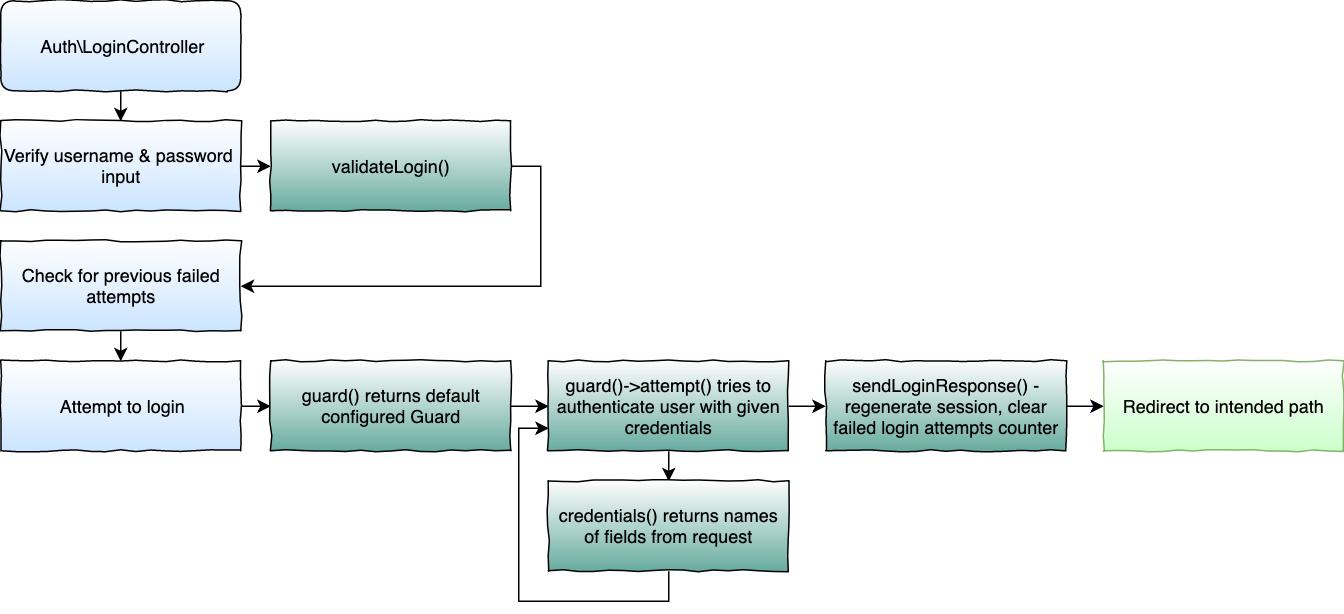
Earlier version of the draw.io export login-flow.png (piotr-jura-udemy/laravel-cheat-sheet). Source tidied: cells renumbered, new cells last; positions are measured from the earlier drawing's top-left corner, leaving out a move shared by most shapes.
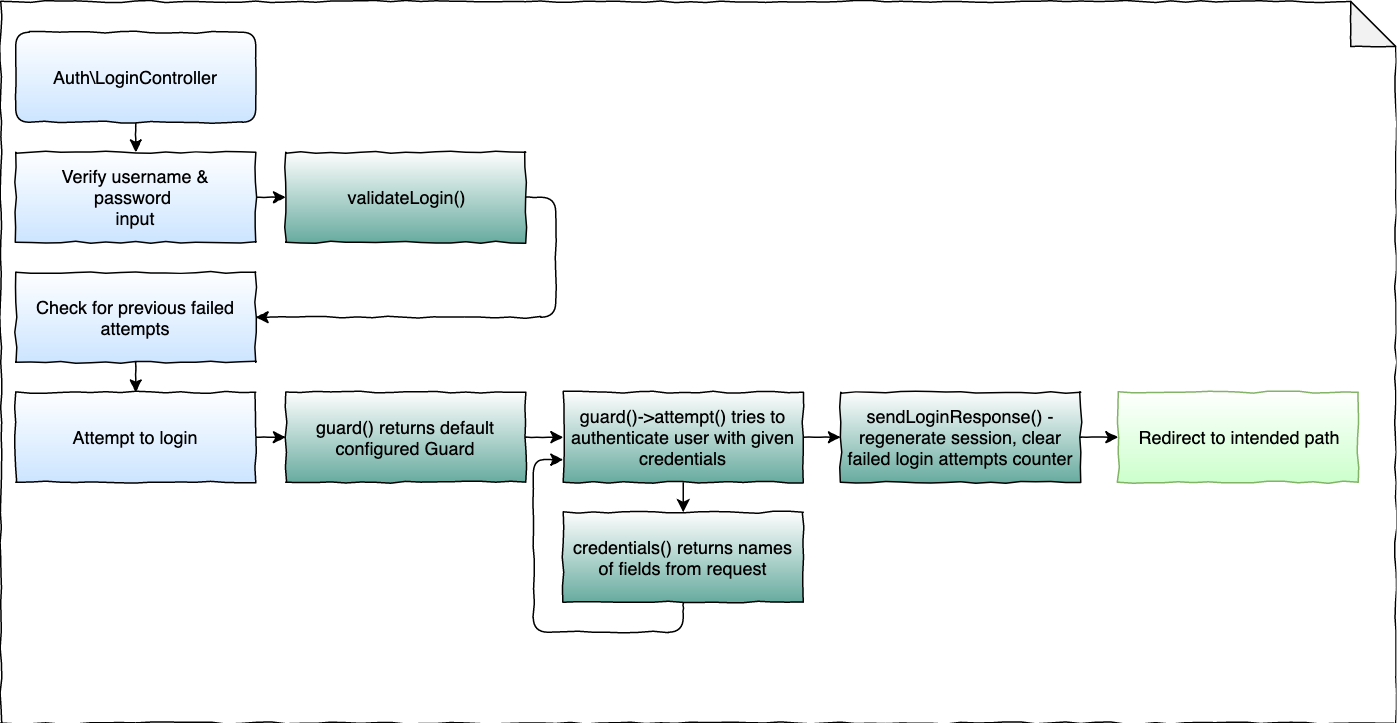
After the commit.

What changed in the source:
```diff
@@ -2,65 +2,68 @@
   <root>
     <mxCell id="0" />
     <mxCell id="1" parent="0" />
-    <mxCell id="2" style="edgeStyle=orthogonalEdgeStyle;rounded=0;jettySize=auto;html=1;exitX=0.5;exitY=1;exitDx=0;exitDy=0;entryX=0.5;entryY=0;entryDx=0;entryDy=0;strokeWidth=1;fontSize=12;" parent="1" edge="1" source="3" target="5">
-      <mxGeometry relative="1" as="geometry" />
+    <mxCell id="2" style="shape=note;whiteSpace=wrap;html=1;backgroundOutline=1;darkOpacity=0.05;labelBackgroundColor=none;fillColor=none;gradientColor=#CCE5FF;fontSize=12;comic=1;" parent="1" vertex="1">
+      <mxGeometry x="175" y="-20.5" width="930" height="481" as="geometry" />
     </mxCell>
-    <mxCell id="3" value="Auth\LoginController" style="rounded=1;whiteSpace=wrap;html=1;labelBackgroundColor=none;fillColor=#ffffff;gradientColor=#CCE5FF;fontSize=12;align=center;shadow=0;glass=1;comic=1;" parent="1" vertex="1">
-      <mxGeometry width="160" height="60" as="geometry" />
+    <mxCell id="3" style="edgeStyle=orthogonalEdgeStyle;rounded=1;jettySize=auto;html=1;exitX=0.5;exitY=1;exitDx=0;exitDy=0;entryX=0.5;entryY=0;entryDx=0;entryDy=0;strokeWidth=1;fontSize=12;comic=1;" parent="1" edge="1" source="4" target="6">
+      <mxGeometry relative="1" as="geometry" />
     </mxCell>
-    <mxCell id="4" style="edgeStyle=orthogonalEdgeStyle;rounded=0;jettySize=auto;html=1;exitX=1;exitY=0.5;exitDx=0;exitDy=0;entryX=0;entryY=0.5;entryDx=0;entryDy=0;strokeWidth=1;fontSize=12;" parent="1" edge="1" source="5" target="11">
-      <mxGeometry relative="1" as="geometry" />
+    <mxCell id="4" value="Auth\LoginController" style="rounded=1;whiteSpace=wrap;html=1;labelBackgroundColor=none;fillColor=#ffffff;gradientColor=#CCE5FF;fontSize=12;align=center;shadow=0;glass=1;comic=1;" parent="1" vertex="1">
+      <mxGeometry x="185" width="160" height="60" as="geometry" />
     </mxCell>
-    <mxCell id="5" value="Verify username &amp;amp; password&amp;nbsp;&lt;br&gt;input&lt;br&gt;" style="rounded=0;whiteSpace=wrap;html=1;labelBackgroundColor=none;fillColor=#ffffff;gradientColor=#CCE5FF;fontSize=12;align=center;comic=1;" parent="1" vertex="1">
-      <mxGeometry y="80" width="160" height="60" as="geometry" />
+    <mxCell id="5" style="edgeStyle=orthogonalEdgeStyle;rounded=1;jettySize=auto;html=1;exitX=1;exitY=0.5;exitDx=0;exitDy=0;entryX=0;entryY=0.5;entryDx=0;entryDy=0;strokeWidth=1;fontSize=12;comic=1;" parent="1" edge="1" source="6" target="12">
+      <mxGeometry relative="1" as="geometry" />
     </mxCell>
-    <mxCell id="6" style="edgeStyle=orthogonalEdgeStyle;rounded=0;jettySize=auto;html=1;exitX=0.5;exitY=1;exitDx=0;exitDy=0;entryX=0.5;entryY=0;entryDx=0;entryDy=0;strokeWidth=1;fontSize=12;" parent="1" edge="1" source="7" target="9">
-      <mxGeometry relative="1" as="geometry" />
+    <mxCell id="6" value="Verify username &amp;amp; password&amp;nbsp;&lt;br&gt;input&lt;br&gt;" style="rounded=0;whiteSpace=wrap;html=1;labelBackgroundColor=none;fillColor=#ffffff;gradientColor=#CCE5FF;fontSize=12;align=center;comic=1;" parent="1" vertex="1">
+      <mxGeometry x="185" y="80" width="160" height="60" as="geometry" />
     </mxCell>
-    <mxCell id="7" value="Check for previous failed attempts&lt;br&gt;" style="rounded=0;whiteSpace=wrap;html=1;labelBackgroundColor=none;fillColor=#ffffff;gradientColor=#CCE5FF;fontSize=12;align=center;comic=1;" parent="1" vertex="1">
-      <mxGeometry y="160" width="160" height="60" as="geometry" />
+    <mxCell id="7" style="edgeStyle=orthogonalEdgeStyle;rounded=1;jettySize=auto;html=1;exitX=0.5;exitY=1;exitDx=0;exitDy=0;entryX=0.5;entryY=0;entryDx=0;entryDy=0;strokeWidth=1;fontSize=12;comic=1;" parent="1" edge="1" source="8" target="10">
+      <mxGeometry relative="1" as="geometry" />
     </mxCell>
-    <mxCell id="8" style="edgeStyle=orthogonalEdgeStyle;rounded=0;jettySize=auto;html=1;exitX=1;exitY=0.5;exitDx=0;exitDy=0;entryX=0;entryY=0.5;entryDx=0;entryDy=0;strokeWidth=1;fontSize=12;" parent="1" edge="1" source="9" target="13">
-      <mxGeometry relative="1" as="geometry" />
+    <mxCell id="8" value="Check for previous failed attempts&lt;br&gt;" style="rounded=0;whiteSpace=wrap;html=1;labelBackgroundColor=none;fillColor=#ffffff;gradientColor=#CCE5FF;fontSize=12;align=center;comic=1;" parent="1" vertex="1">
+      <mxGeometry x="185" y="160" width="160" height="60" as="geometry" />
     </mxCell>
-    <mxCell id="9" value="Attempt to login&lt;br&gt;" style="rounded=0;whiteSpace=wrap;html=1;labelBackgroundColor=none;fillColor=#ffffff;gradientColor=#CCE5FF;fontSize=12;align=center;comic=1;" parent="1" vertex="1">
-      <mxGeometry y="240" width="160" height="60" as="geometry" />
+    <mxCell id="9" style="edgeStyle=orthogonalEdgeStyle;rounded=1;jettySize=auto;html=1;exitX=1;exitY=0.5;exitDx=0;exitDy=0;entryX=0;entryY=0.5;entryDx=0;entryDy=0;strokeWidth=1;fontSize=12;comic=1;" parent="1" edge="1" source="10" target="14">
+      <mxGeometry relative="1" as="geometry" />
     </mxCell>
-    <mxCell id="10" style="edgeStyle=orthogonalEdgeStyle;rounded=0;jettySize=auto;html=1;exitX=1;exitY=0.5;exitDx=0;exitDy=0;entryX=1;entryY=0.5;entryDx=0;entryDy=0;strokeWidth=1;fontSize=12;" parent="1" edge="1" source="11" target="7">
-      <mxGeometry relative="1" as="geometry" />
+    <mxCell id="10" value="Attempt to login&lt;br&gt;" style="rounded=0;whiteSpace=wrap;html=1;labelBackgroundColor=none;fillColor=#ffffff;gradientColor=#CCE5FF;fontSize=12;align=center;comic=1;" parent="1" vertex="1">
+      <mxGeometry x="185" y="240" width="160" height="60" as="geometry" />
     </mxCell>
-    <mxCell id="11" value="&lt;div&gt;&lt;span&gt;validateLogin()&lt;/span&gt;&lt;/div&gt;" style="rounded=0;whiteSpace=wrap;html=1;labelBackgroundColor=none;fillColor=#ffffff;gradientColor=#67AB9F;fontSize=12;align=center;comic=1;" parent="1" vertex="1">
-      <mxGeometry x="180" y="80" width="160" height="60" as="geometry" />
+    <mxCell id="11" style="edgeStyle=orthogonalEdgeStyle;rounded=1;jettySize=auto;html=1;exitX=1;exitY=0.5;exitDx=0;exitDy=0;entryX=1;entryY=0.5;entryDx=0;entryDy=0;strokeWidth=1;fontSize=12;comic=1;" parent="1" edge="1" source="12" target="8">
+      <mxGeometry relative="1" as="geometry" />
     </mxCell>
-    <mxCell id="12" style="edgeStyle=orthogonalEdgeStyle;rounded=0;jettySize=auto;html=1;exitX=1;exitY=0.5;exitDx=0;exitDy=0;entryX=0;entryY=0.5;entryDx=0;entryDy=0;strokeWidth=1;fontSize=12;" parent="1" edge="1" source="13" target="16">
-      <mxGeometry relative="1" as="geometry" />
+    <mxCell id="12" value="&lt;div&gt;&lt;span&gt;validateLogin()&lt;/span&gt;&lt;/div&gt;" style="rounded=0;whiteSpace=wrap;html=1;labelBackgroundColor=none;fillColor=#ffffff;gradientColor=#67AB9F;fontSize=12;align=center;comic=1;" parent="1" vertex="1">
+      <mxGeometry x="365" y="80" width="160" height="60" as="geometry" />
     </mxCell>
-    <mxCell id="13" value="guard() returns default configured Guard" style="rounded=0;whiteSpace=wrap;html=1;labelBackgroundColor=none;fillColor=#ffffff;gradientColor=#67AB9F;fontSize=12;align=center;comic=1;" parent="1" vertex="1">
-      <mxGeometry x="180" y="240" width="160" height="60" as="geometry" />
+    <mxCell id="13" style="edgeStyle=orthogonalEdgeStyle;rounded=1;jettySize=auto;html=1;exitX=1;exitY=0.5;exitDx=0;exitDy=0;entryX=0;entryY=0.5;entryDx=0;entryDy=0;strokeWidth=1;fontSize=12;comic=1;" parent="1" edge="1" source="14" target="17">
+      <mxGeometry relative="1" as="geometry" />
     </mxCell>
-    <mxCell id="14" style="edgeStyle=orthogonalEdgeStyle;rounded=0;jettySize=auto;html=1;exitX=0.5;exitY=1;exitDx=0;exitDy=0;entryX=0.5;entryY=0;entryDx=0;entryDy=0;strokeWidth=1;fontSize=12;" parent="1" edge="1" source="16" target="18">
-      <mxGeometry relative="1" as="geometry" />
+    <mxCell id="14" value="guard() returns default configured Guard" style="rounded=0;whiteSpace=wrap;html=1;labelBackgroundColor=none;fillColor=#ffffff;gradientColor=#67AB9F;fontSize=12;align=center;comic=1;" parent="1" vertex="1">
+      <mxGeometry x="365" y="240" width="160" height="60" as="geometry" />
     </mxCell>
-    <mxCell id="15" style="edgeStyle=orthogonalEdgeStyle;rounded=0;jettySize=auto;html=1;exitX=1;exitY=0.5;exitDx=0;exitDy=0;entryX=0;entryY=0.5;entryDx=0;entryDy=0;strokeWidth=1;fontSize=12;" parent="1" edge="1" source="16" target="20">
+    <mxCell id="15" style="edgeStyle=orthogonalEdgeStyle;rounded=1;jettySize=auto;html=1;exitX=0.5;exitY=1;exitDx=0;exitDy=0;entryX=0.5;entryY=0;entryDx=0;entryDy=0;strokeWidth=1;fontSize=12;" parent="1" edge="1" source="17" target="19">
       <mxGeometry relative="1" as="geometry" />
     </mxCell>
-    <mxCell id="16" value="guard()-&amp;gt;attempt() tries to authenticate user with given credentials" style="rounded=0;whiteSpace=wrap;html=1;labelBackgroundColor=none;fillColor=#ffffff;gradientColor=#67AB9F;fontSize=12;align=center;comic=1;" parent="1" vertex="1">
-      <mxGeometry x="365" y="240" width="160" height="60" as="geometry" />
+    <mxCell id="16" style="edgeStyle=orthogonalEdgeStyle;rounded=1;jettySize=auto;html=1;exitX=1;exitY=0.5;exitDx=0;exitDy=0;entryX=0;entryY=0.5;entryDx=0;entryDy=0;strokeWidth=1;fontSize=12;comic=1;" parent="1" edge="1" source="17" target="21">
+      <mxGeometry relative="1" as="geometry" />
     </mxCell>
-    <mxCell id="17" style="edgeStyle=orthogonalEdgeStyle;rounded=0;jettySize=auto;html=1;exitX=0.5;exitY=1;exitDx=0;exitDy=0;entryX=0;entryY=0.75;entryDx=0;entryDy=0;strokeWidth=1;fontSize=12;" parent="1" edge="1" source="18" target="16">
-      <mxGeometry relative="1" as="geometry" />
+    <mxCell id="17" value="guard()-&amp;gt;attempt() tries to authenticate user with given credentials" style="rounded=0;whiteSpace=wrap;html=1;labelBackgroundColor=none;fillColor=#ffffff;gradientColor=#67AB9F;fontSize=12;align=center;comic=1;" parent="1" vertex="1">
+      <mxGeometry x="550" y="240" width="160" height="60" as="geometry" />
     </mxCell>
-    <mxCell id="18" value="credentials() returns names of fields from request" style="rounded=0;whiteSpace=wrap;html=1;labelBackgroundColor=none;fillColor=#ffffff;gradientColor=#67AB9F;fontSize=12;align=center;comic=1;" parent="1" vertex="1">
-      <mxGeometry x="365" y="320" width="160" height="60" as="geometry" />
+    <mxCell id="18" style="edgeStyle=orthogonalEdgeStyle;rounded=1;jettySize=auto;html=1;exitX=0.5;exitY=1;exitDx=0;exitDy=0;entryX=0;entryY=0.75;entryDx=0;entryDy=0;strokeWidth=1;fontSize=12;comic=1;" parent="1" edge="1" source="19" target="17">
+      <mxGeometry relative="1" as="geometry" />
     </mxCell>
-    <mxCell id="19" style="edgeStyle=orthogonalEdgeStyle;rounded=0;jettySize=auto;html=1;exitX=1;exitY=0.5;exitDx=0;exitDy=0;entryX=0;entryY=0.5;entryDx=0;entryDy=0;strokeWidth=1;fontSize=12;" parent="1" edge="1" source="20" target="21">
-      <mxGeometry relative="1" as="geometry" />
+    <mxCell id="19" value="credentials() returns names of fields from request" style="rounded=0;whiteSpace=wrap;html=1;labelBackgroundColor=none;fillColor=#ffffff;gradientColor=#67AB9F;fontSize=12;align=center;comic=1;" parent="1" vertex="1">
+      <mxGeometry x="550" y="320" width="160" height="60" as="geometry" />
     </mxCell>
-    <mxCell id="20" value="sendLoginResponse() - regenerate session, clear failed login attempts counter" style="rounded=0;whiteSpace=wrap;html=1;labelBackgroundColor=none;fillColor=#ffffff;gradientColor=#67AB9F;fontSize=12;align=center;comic=1;" parent="1" vertex="1">
-      <mxGeometry x="550" y="240" width="160" height="60" as="geometry" />
+    <mxCell id="20" style="edgeStyle=orthogonalEdgeStyle;rounded=1;jettySize=auto;html=1;exitX=1;exitY=0.5;exitDx=0;exitDy=0;entryX=0;entryY=0.5;entryDx=0;entryDy=0;strokeWidth=1;fontSize=12;comic=1;" parent="1" edge="1" source="21" target="22">
+      <mxGeometry relative="1" as="geometry" />
     </mxCell>
-    <mxCell id="21" value="Redirect to intended path" style="rounded=0;whiteSpace=wrap;html=1;labelBackgroundColor=none;fillColor=#CCFFCC;fontSize=12;align=center;strokeColor=#82b366;comic=1;gradientColor=#ffffff;gradientDirection=north;" parent="1" vertex="1">
+    <mxCell id="21" value="sendLoginResponse() - regenerate session, clear failed login attempts counter" style="rounded=0;whiteSpace=wrap;html=1;labelBackgroundColor=none;fillColor=#ffffff;gradientColor=#67AB9F;fontSize=12;align=center;comic=1;" parent="1" vertex="1">
       <mxGeometry x="735" y="240" width="160" height="60" as="geometry" />
     </mxCell>
+    <mxCell id="22" value="Redirect to intended path" style="rounded=0;whiteSpace=wrap;html=1;labelBackgroundColor=none;fillColor=#CCFFCC;fontSize=12;align=center;strokeColor=#82b366;comic=1;gradientColor=#ffffff;gradientDirection=north;" parent="1" vertex="1">
+      <mxGeometry x="920" y="240" width="160" height="60" as="geometry" />
+    </mxCell>
   </root>
 </mxGraphModel>
```
